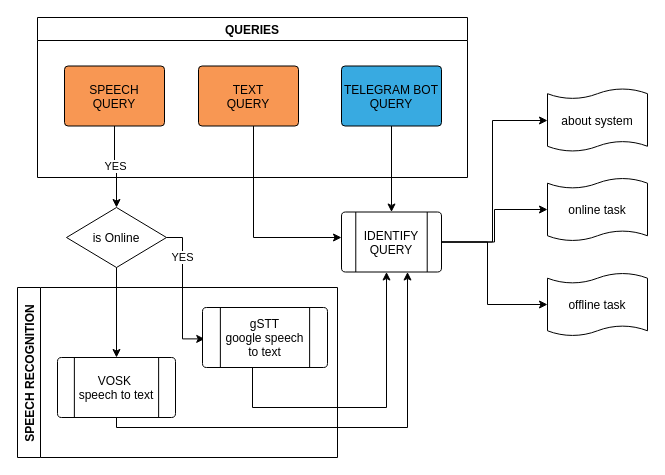
Earlier version of the draw.io diagram OrbitFLow.drawio (MasterBuj/orbit_diagram). Source tidied: cells renumbered, new cells numbered last; positions are measured from the earlier drawing's top-left corner, leaving out a move shared by most shapes. Both pictures are drawn from the tidied source at 100%, with x=0, y=0 at pixel (17, 17).
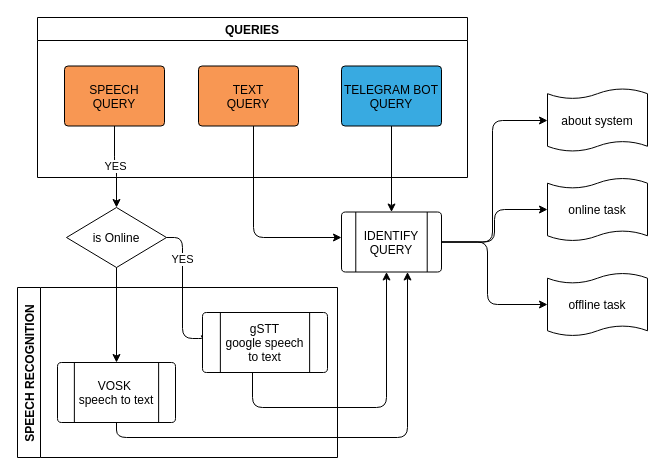
Above is the later version.

Unchanged cells that the change refers to:
```xml
<mxCell id="3" value="SPEECH &#10;QUERY" style="shape=mxgraph.flowchart.process;fillColor=#F89753;" parent="2" vertex="1">
  <mxGeometry x="27" y="48.5" width="100" height="60" as="geometry" />
</mxCell>
<mxCell id="4" value="TELEGRAM BOT&#10;QUERY" style="shape=mxgraph.flowchart.process;fillColor=#38AAE1;" parent="2" vertex="1">
  <mxGeometry x="304" y="48.5" width="100" height="60" as="geometry" />
</mxCell>
<mxCell id="5" value="TEXT&#10;QUERY" style="shape=mxgraph.flowchart.process;fillColor=#F89753;" parent="2" vertex="1">
  <mxGeometry x="161" y="48.5" width="100" height="60" as="geometry" />
</mxCell>
<mxCell id="6" value="about system" style="shape=mxgraph.flowchart.paper_tape;" parent="1" vertex="1">
  <mxGeometry x="530" y="70" width="100" height="65" as="geometry" />
</mxCell>
<mxCell id="7" value="online task" style="shape=mxgraph.flowchart.paper_tape;" parent="1" vertex="1">
  <mxGeometry x="530" y="159.5" width="100" height="65" as="geometry" />
</mxCell>
<mxCell id="8" value="offline task" style="shape=mxgraph.flowchart.paper_tape;" parent="1" vertex="1">
  <mxGeometry x="530" y="254.5" width="100" height="65" as="geometry" />
</mxCell>
<mxCell id="12" value="is Online" style="shape=mxgraph.flowchart.decision;" parent="1" vertex="1">
  <mxGeometry x="49" y="190" width="100" height="60" as="geometry" />
</mxCell>
<mxCell id="20" value="SPEECH RECOGNITION" style="swimlane;horizontal=0;" parent="1" vertex="1">
  <mxGeometry y="270" width="320" height="170" as="geometry" />
</mxCell>
<mxCell id="21" value="IDENTIFY&#10;QUERY" style="shape=mxgraph.flowchart.predefined_process;" parent="1" vertex="1">
  <mxGeometry x="324" y="194.5" width="100" height="60" as="geometry" />
</mxCell>
```

The edit, as a diff of the source:
```diff
@@
-    <mxCell id="9" style="edgeStyle=orthogonalEdgeStyle;rounded=0;jettySize=auto;html=1;" parent="1" edge="1" source="21" target="6">
+    <mxCell id="9" style="edgeStyle=orthogonalEdgeStyle;jettySize=auto;html=1;" parent="1" edge="1" source="21" target="6">
       <mxGeometry relative="1" as="geometry">
         <Array as="points">
           <mxPoint x="475" y="225" />
           <mxPoint x="475" y="103" />
         </Array>
       </mxGeometry>
     </mxCell>
-    <mxCell id="10" style="edgeStyle=orthogonalEdgeStyle;rounded=0;jettySize=auto;html=1;" parent="1" edge="1" source="21" target="7">
+    <mxCell id="10" style="edgeStyle=orthogonalEdgeStyle;jettySize=auto;html=1;" parent="1" edge="1" source="21" target="7">
       <mxGeometry relative="1" as="geometry" />
     </mxCell>
-    <mxCell id="11" style="edgeStyle=orthogonalEdgeStyle;rounded=0;jettySize=auto;html=1;" parent="1" edge="1" source="21" target="8">
+    <mxCell id="11" style="edgeStyle=orthogonalEdgeStyle;jettySize=auto;html=1;" parent="1" edge="1" source="21" target="8">
       <mxGeometry relative="1" as="geometry">
         <Array as="points">
           <mxPoint x="470" y="225" />
           <mxPoint x="470" y="287" />
         </Array>
       </mxGeometry>
     </mxCell>
@@
-    <mxCell id="13" value="YES" style="edgeStyle=orthogonalEdgeStyle;rounded=0;jettySize=auto;html=1;" parent="1" edge="1" source="3" target="12">
+    <mxCell id="13" value="YES" style="edgeStyle=orthogonalEdgeStyle;jettySize=auto;html=1;" parent="1" edge="1" source="3" target="12">
       <mxGeometry relative="1" as="geometry" />
     </mxCell>
-    <mxCell id="14" value="YES" style="edgeStyle=orthogonalEdgeStyle;rounded=0;jettySize=auto;html=1;entryX=0.018;entryY=0.523;entryDx=0;entryDy=0;entryPerimeter=0;" parent="1" edge="1" source="12" target="16">
+    <mxCell id="14" value="YES" style="edgeStyle=orthogonalEdgeStyle;jettySize=auto;html=1;entryX=0.018;entryY=0.523;entryDx=0;entryDy=0;entryPerimeter=0;" parent="1" edge="1" source="12" target="16">
       <mxGeometry x="-0.48" relative="1" as="geometry">
         <Array as="points">
           <mxPoint x="165" y="220" />
           <mxPoint x="165" y="321" />
         </Array>
       </mxGeometry>
     </mxCell>
-    <mxCell id="15" style="edgeStyle=orthogonalEdgeStyle;rounded=0;jettySize=auto;html=1;" parent="1" edge="1" source="12" target="18">
+    <mxCell id="15" style="edgeStyle=orthogonalEdgeStyle;jettySize=auto;html=1;" parent="1" edge="1" source="12" target="18">
       <mxGeometry relative="1" as="geometry" />
     </mxCell>
-    <mxCell id="16" value="gSTT&#10;google speech &#10;to text" style="shape=mxgraph.flowchart.predefined_process;" parent="1" vertex="1">
-      <mxGeometry x="185" y="290" width="125" height="60" as="geometry" />
-    </mxCell>
-    <mxCell id="17" style="edgeStyle=orthogonalEdgeStyle;rounded=0;jettySize=auto;html=1;" parent="1" edge="1" source="16" target="21">
+    <mxCell id="17" style="edgeStyle=orthogonalEdgeStyle;jettySize=auto;html=1;" parent="1" edge="1" source="16" target="21">
       <mxGeometry relative="1" as="geometry">
         <Array as="points">
           <mxPoint x="235" y="390" />
           <mxPoint x="369" y="390" />
         </Array>
       </mxGeometry>
     </mxCell>
-    <mxCell id="18" value="VOSK &#10;speech to text" style="shape=mxgraph.flowchart.predefined_process;" parent="1" vertex="1">
-      <mxGeometry x="40" y="340" width="118" height="60" as="geometry" />
-    </mxCell>
-    <mxCell id="19" style="edgeStyle=orthogonalEdgeStyle;rounded=0;jettySize=auto;html=1;" parent="1" edge="1" source="18" target="21">
+    <mxCell id="19" style="edgeStyle=orthogonalEdgeStyle;jettySize=auto;html=1;" parent="1" edge="1" source="18" target="21">
       <mxGeometry relative="1" as="geometry">
         <Array as="points">
-          <mxPoint x="99" y="410" />
-          <mxPoint x="390" y="410" />
+          <mxPoint x="99" y="420" />
+          <mxPoint x="390" y="420" />
         </Array>
       </mxGeometry>
     </mxCell>
@@
+    <mxCell id="16" value="gSTT&#10;google speech &#10;to text" style="shape=mxgraph.flowchart.predefined_process;" parent="20" vertex="1">
+      <mxGeometry x="185" y="25" width="125" height="60" as="geometry" />
+    </mxCell>
+    <mxCell id="18" value="VOSK &#10;speech to text" style="shape=mxgraph.flowchart.predefined_process;" parent="20" vertex="1">
+      <mxGeometry x="40" y="75" width="118" height="60" as="geometry" />
+    </mxCell>
@@
-    <mxCell id="22" style="edgeStyle=orthogonalEdgeStyle;rounded=0;jettySize=auto;html=1;" parent="1" edge="1" source="4" target="21">
+    <mxCell id="22" style="edgeStyle=orthogonalEdgeStyle;jettySize=auto;html=1;" parent="1" edge="1" source="4" target="21">
       <mxGeometry relative="1" as="geometry" />
     </mxCell>
-    <mxCell id="23" style="edgeStyle=orthogonalEdgeStyle;rounded=0;jettySize=auto;html=1;" parent="1" edge="1" source="5" target="21">
+    <mxCell id="23" style="edgeStyle=orthogonalEdgeStyle;jettySize=auto;html=1;" parent="1" edge="1" source="5" target="21">
       <mxGeometry relative="1" as="geometry">
         <Array as="points">
           <mxPoint x="236" y="220" />
         </Array>
       </mxGeometry>
     </mxCell>
```
